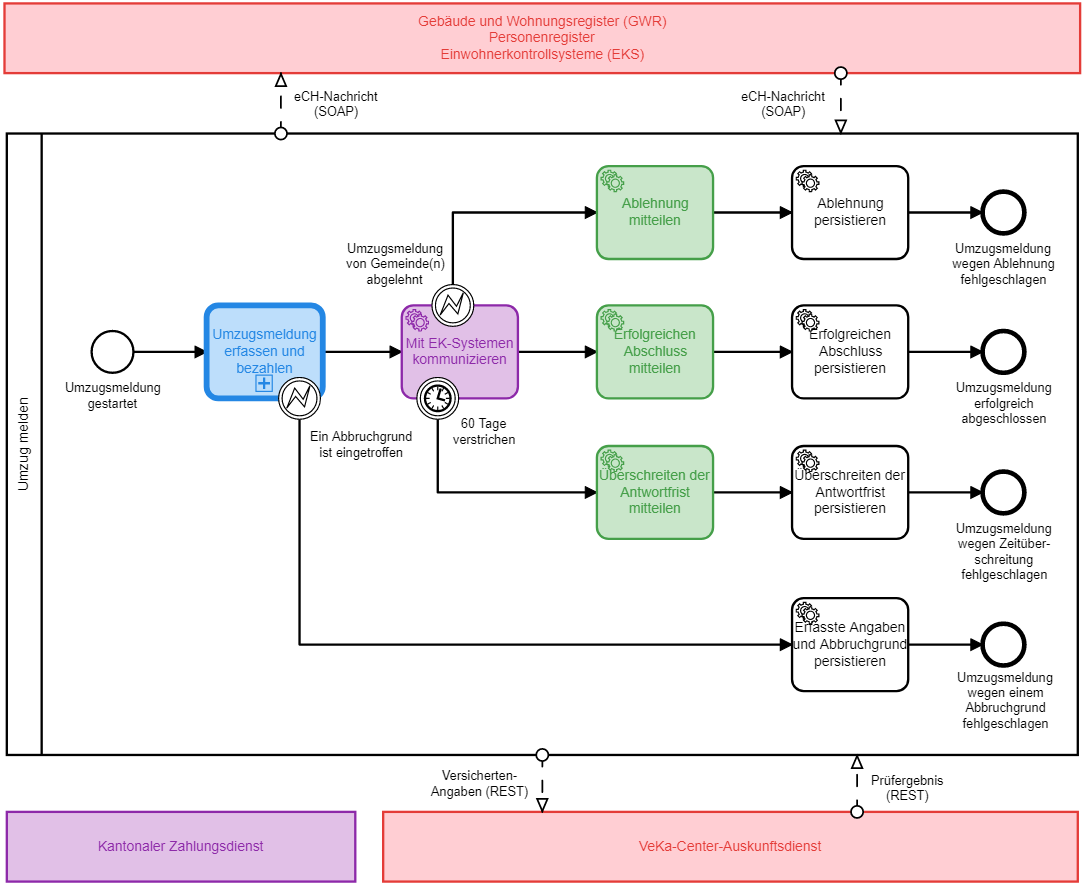
This is src/docs/architecture/MainProcessArchitectureView.png from zhaw-gpi/eumzug-plattform-2018, a BPMN export, as it was before one commit. Its source is kept beside it as src/docs/architecture/MainProcessArchitectureView.bpmn. Ids are renumbered.
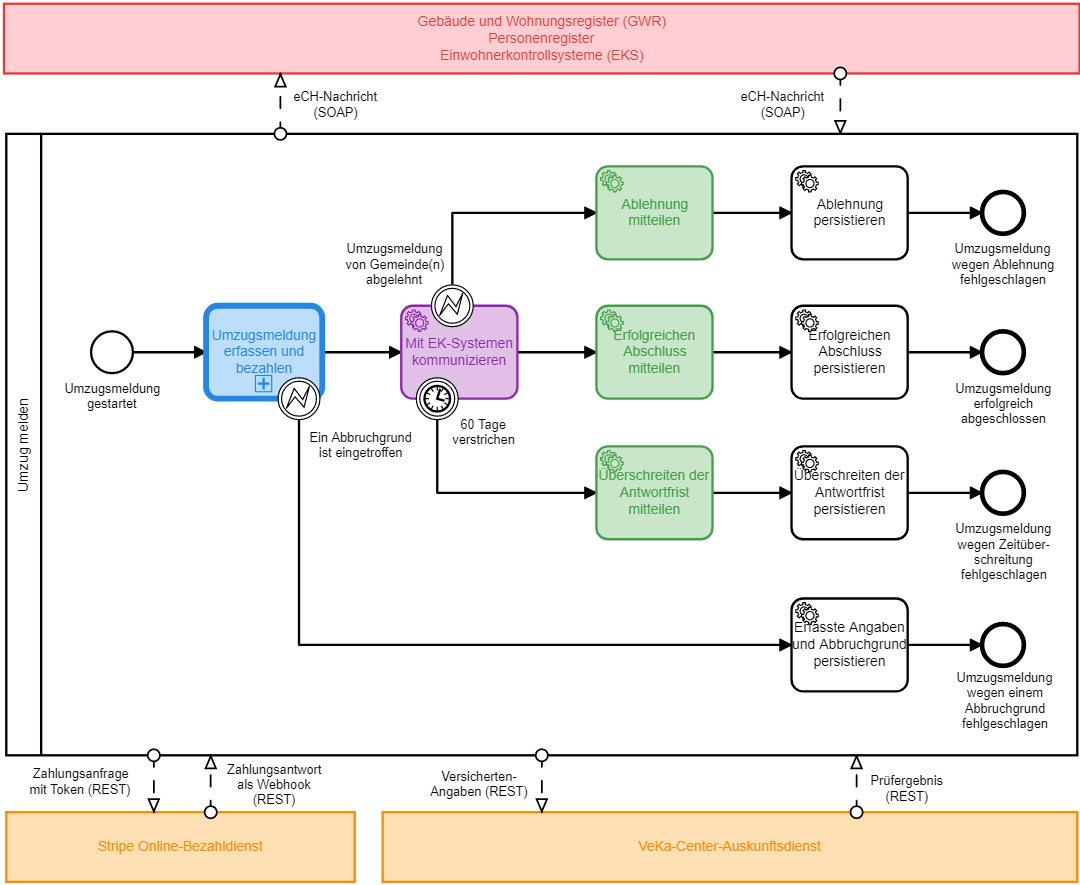
Above is the later version.

Diff of the diagram source:
```diff
@@ -2,12 +2,14 @@
   <bpmn:collaboration id="Collaboration_n2">
     <bpmn:participant id="Participant_n3" name="Umzug melden" processRef="Process_n4" />
     <bpmn:participant id="Participant_n5" name="Gebäude und Wohnungsregister (GWR)&#10;Personenregister&#10;Einwohnerkontrollsysteme (EKS)" />
-    <bpmn:participant id="Participant_n6" name="Kantonaler Zahlungsdienst" />
+    <bpmn:participant id="Participant_n6" name="Stripe Online-Bezahldienst" />
     <bpmn:participant id="Participant_n7" name="VeKa-Center-Auskunftsdienst" />
     <bpmn:messageFlow id="MessageFlow_n8" name="eCH-Nachricht (SOAP)" sourceRef="Participant_n3" targetRef="Participant_n5" />
     <bpmn:messageFlow id="MessageFlow_n9" name="eCH-Nachricht (SOAP)" sourceRef="Participant_n5" targetRef="Participant_n3" />
     <bpmn:messageFlow id="MessageFlow_n10" name="Versicherten-Angaben (REST)" sourceRef="Participant_n3" targetRef="Participant_n7" />
     <bpmn:messageFlow id="MessageFlow_n11" name="Prüfergebnis (REST)" sourceRef="Participant_n7" targetRef="Participant_n3" />
+    <bpmn:messageFlow id="MessageFlow_n42" name="Zahlungsanfrage mit Token (REST)" sourceRef="Participant_n3" targetRef="Participant_n6" />
+    <bpmn:messageFlow id="MessageFlow_n43" name="Zahlungsantwort als Webhook (REST)" sourceRef="Participant_n6" targetRef="Participant_n3" />
   </bpmn:collaboration>
   <bpmn:process id="Process_n4" isExecutable="false">
     <bpmn:startEvent id="StartEvent_n12" name="Umzugsmeldung gestartet">
@@ -177,7 +179,7 @@
           <dc:Bounds x="648" y="89" width="74" height="27" />
         </bpmndi:BPMNLabel>
       </bpmndi:BPMNEdge>
-      <bpmndi:BPMNShape id="Participant_01k5g2n_di" bpmnElement="Participant_n6" bioc:stroke="#8E24AA" bioc:fill="#E1BEE7">
+      <bpmndi:BPMNShape id="Participant_01k5g2n_di" bpmnElement="Participant_n6" bioc:stroke="#FB8C00" bioc:fill="#FFE0B2">
         <dc:Bounds x="16" y="711" width="300" height="60" />
       </bpmndi:BPMNShape>
       <bpmndi:BPMNEdge id="SequenceFlow_n19_di" bpmnElement="SequenceFlow_n19">
@@ -243,7 +245,7 @@
         <di:waypoint x="387" y="436" />
         <di:waypoint x="524" y="436" />
       </bpmndi:BPMNEdge>
-      <bpmndi:BPMNShape id="Participant_n7_di" bpmnElement="Participant_n7" bioc:stroke="#E53935" bioc:fill="#FFCDD2">
+      <bpmndi:BPMNShape id="Participant_n7_di" bpmnElement="Participant_n7" bioc:stroke="#FB8C00" bioc:fill="#FFE0B2">
         <dc:Bounds x="340" y="711" width="598" height="60" />
       </bpmndi:BPMNShape>
       <bpmndi:BPMNEdge id="MessageFlow_n10_di" bpmnElement="MessageFlow_n10">
@@ -260,6 +262,20 @@
           <dc:Bounds x="760" y="678" width="63" height="27" />
         </bpmndi:BPMNLabel>
       </bpmndi:BPMNEdge>
+      <bpmndi:BPMNEdge id="MessageFlow_n42_di" bpmnElement="MessageFlow_n42">
+        <di:waypoint x="143" y="662" />
+        <di:waypoint x="143" y="711" />
+        <bpmndi:BPMNLabel>
+          <dc:Bounds x="36" y="672" width="88" height="27" />
+        </bpmndi:BPMNLabel>
+      </bpmndi:BPMNEdge>
+      <bpmndi:BPMNEdge id="MessageFlow_n43_di" bpmnElement="MessageFlow_n43">
+        <di:waypoint x="192" y="711" />
+        <di:waypoint x="192" y="662" />
+        <bpmndi:BPMNLabel>
+          <dc:Bounds x="206" y="668" width="82" height="40" />
+        </bpmndi:BPMNLabel>
+      </bpmndi:BPMNEdge>
     </bpmndi:BPMNPlane>
   </bpmndi:BPMNDiagram>
 </bpmn:definitions>
```
